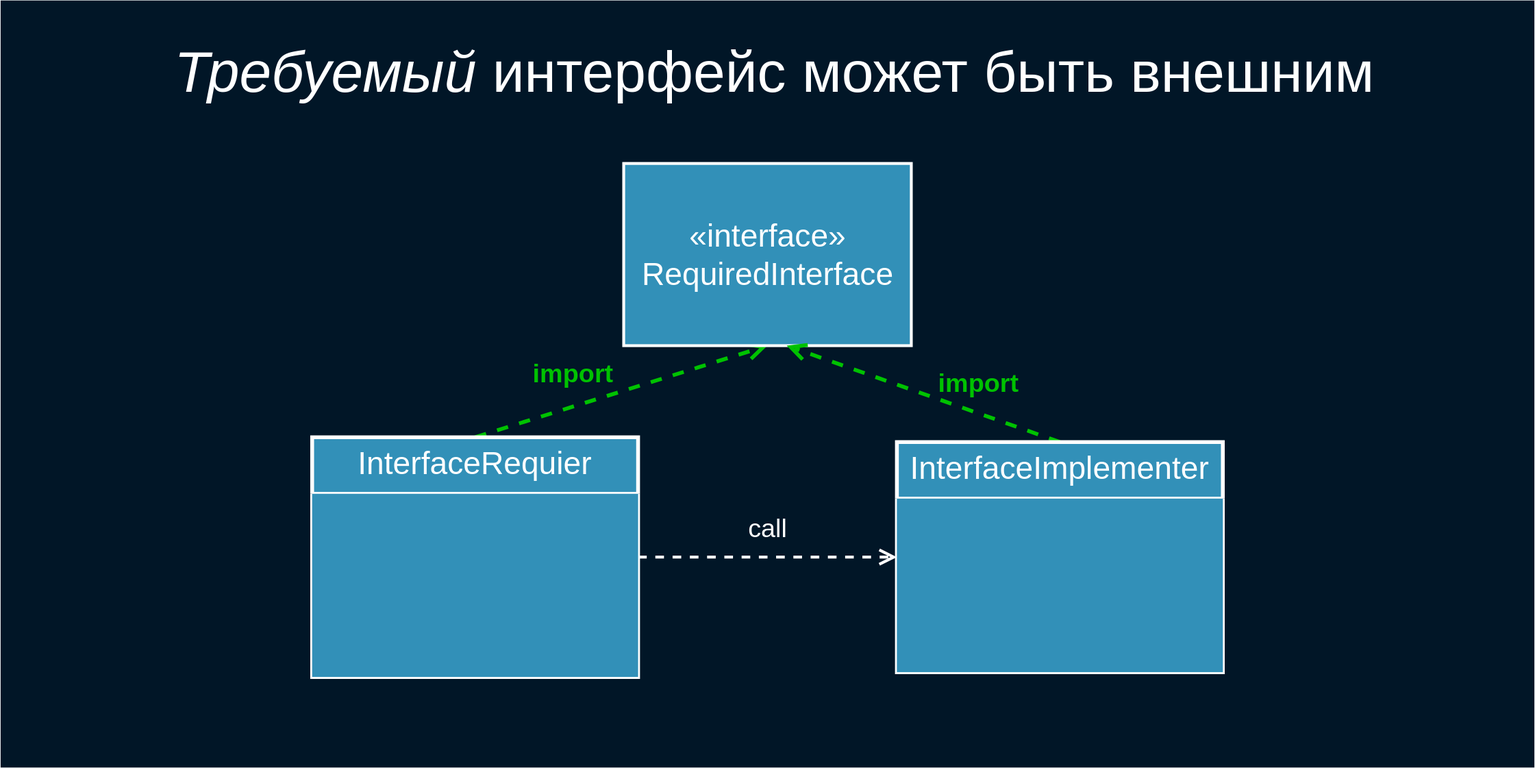
Earlier version of the draw.io export deck/ru/diagrams/requiredInterface2.svg (softspiders/dip-in-ca-deck). Source tidied: cells renumbered, new cells last; positions are measured from the earlier drawing's top-left corner, leaving out a move shared by most shapes.
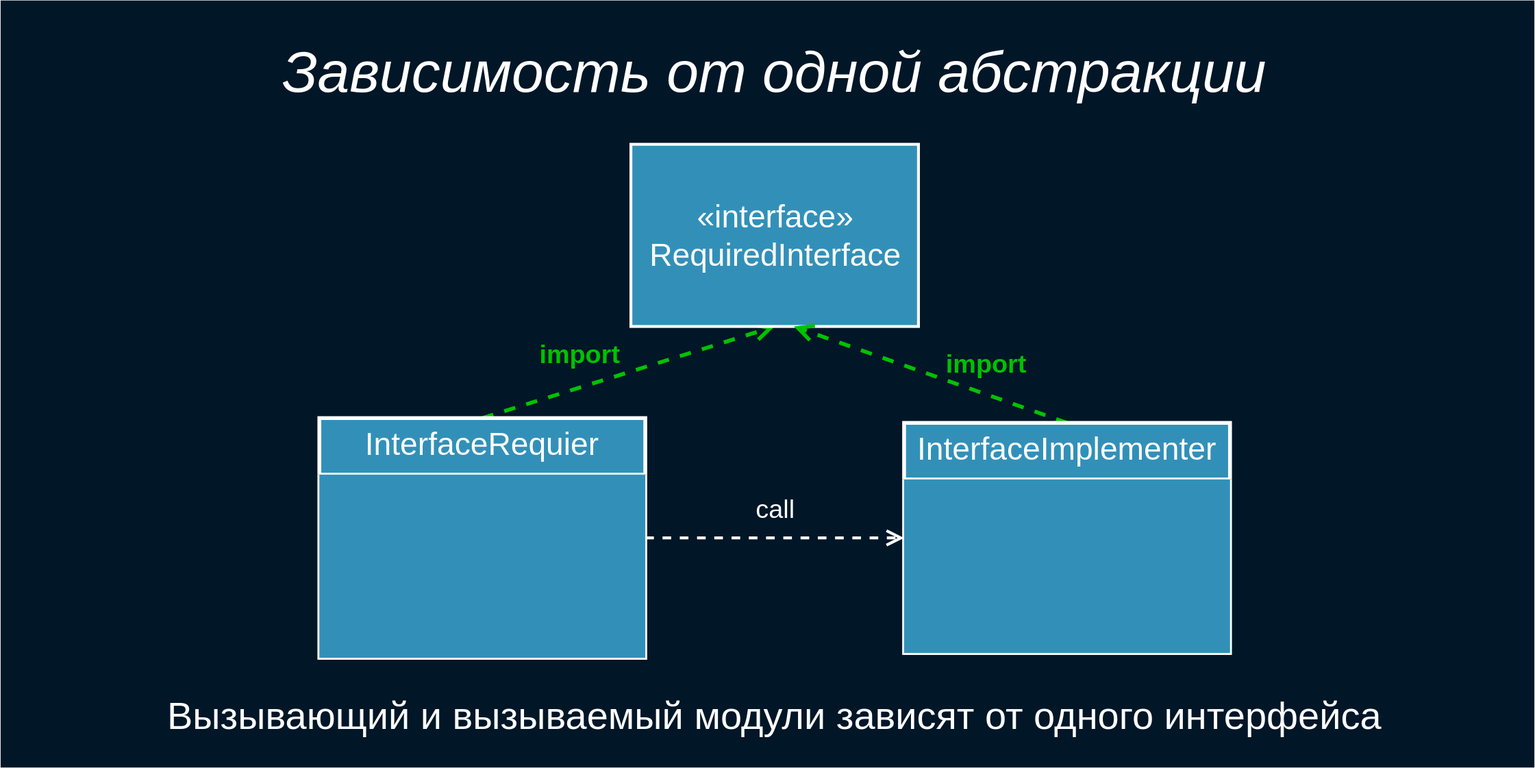
The same file after the commit.

The edit, as a diff of the source:
```diff
@@ -3,10 +3,10 @@
     <mxCell id="0" />
     <mxCell id="1" parent="0" />
     <mxCell id="2" style="rounded=0;whiteSpace=wrap;html=1;fillColor=#011627;fontSize=30;fontColor=#FFFFFF;strokeColor=none;" parent="1" vertex="1">
-      <mxGeometry width="1600" height="800" as="geometry" />
+      <mxGeometry x="-7.5" y="20" width="1600" height="800" as="geometry" />
     </mxCell>
-    <mxCell id="3" value="&lt;i&gt;Требуемый&lt;/i&gt; интерфейс может быть внешним" style="text;html=1;strokeColor=none;fillColor=none;align=center;verticalAlign=middle;whiteSpace=wrap;rounded=0;fontSize=60;fontColor=#FFFFFF;" parent="1" vertex="1">
-      <mxGeometry x="125.2" y="40" width="1364.5" height="70" as="geometry" />
+    <mxCell id="3" value="&lt;i&gt;Зависимость от одной абстракции&lt;/i&gt;" style="text;html=1;strokeColor=none;fillColor=none;align=center;verticalAlign=middle;whiteSpace=wrap;rounded=0;fontSize=60;fontColor=#FFFFFF;" parent="1" vertex="1">
+      <mxGeometry x="117.7" y="60" width="1364.5" height="70" as="geometry" />
     </mxCell>
     <mxCell id="4" value="call" style="endArrow=open;endSize=12;dashed=1;html=1;labelBackgroundColor=none;strokeColor=#FFFFFF;strokeWidth=3;fontSize=27;fontColor=#FFFFFF;entryX=0;entryY=0.5;entryDx=0;entryDy=0;exitX=1;exitY=0.5;exitDx=0;exitDy=0;" parent="1" edge="1" source="8" target="10">
       <mxGeometry y="30" relative="1" as="geometry" />
@@ -22,6 +22,9 @@
         <mxPoint x="820" y="360" as="targetPoint" />
       </mxGeometry>
     </mxCell>
+    <mxCell id="12" value="&lt;span&gt;Вызывающий и вызываемый модули зависят от одного интерфейса&lt;/span&gt;" style="text;html=1;strokeColor=none;fillColor=none;align=center;verticalAlign=middle;whiteSpace=wrap;rounded=0;fontSize=40;fontColor=#FFFFFF;fontStyle=0;" parent="1" vertex="1">
+      <mxGeometry x="142.5" y="730" width="1315" height="70" as="geometry" />
+    </mxCell>
     <mxCell id="8" value="InterfaceRequier" style="swimlane;fontStyle=0;align=center;verticalAlign=top;horizontal=1;startSize=59;strokeColor=#FFFFFF;strokeWidth=4;fillColor=#3290B8;fontSize=33;fontColor=#FFFFFF;labelBackgroundColor=none;" parent="1" vertex="1">
       <mxGeometry x="325" y="455.5" width="340" height="250" as="geometry" />
     </mxCell>
```
